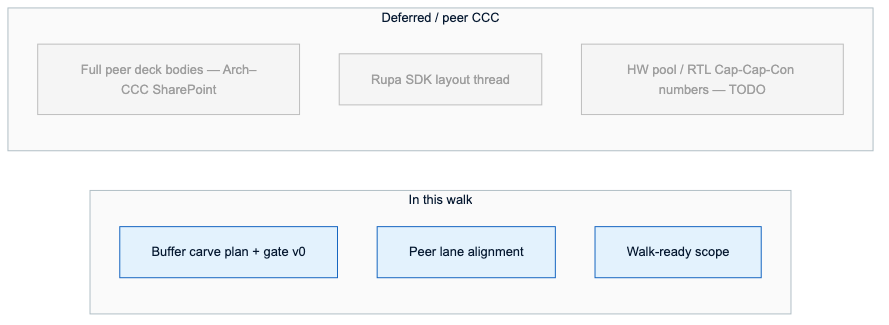
Above: assets/diagrams/b6/b6-slide06-boundaries.png in upscale-ai-network/agent-template (Mermaid), before the change. Its source is kept beside it as assets/diagrams/b6/b6-slide06-boundaries.mmd.
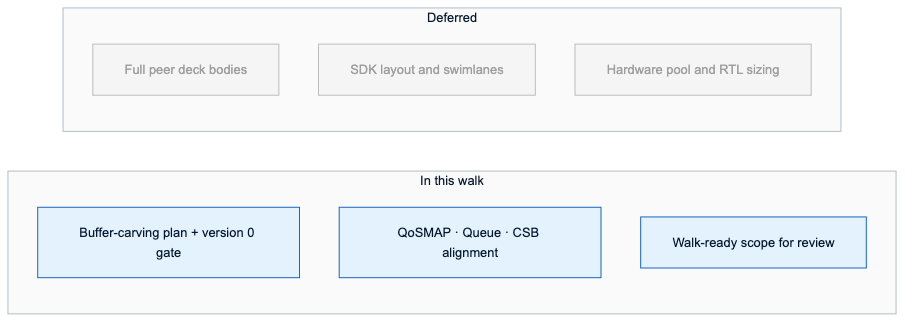
Above is the later version.

Diff of the diagram source:
```diff
@@ -1,14 +1,14 @@
 %%{init: {'theme': 'base', 'themeVariables': { 'fontSize': '13px'}}}%%
 flowchart LR
   subgraph IN["In this walk"]
-    I1["Buffer carve plan + gate v0"]
-    I2["Peer lane alignment"]
-    I3["Walk-ready scope"]
+    I1["Buffer-carving plan + version 0 gate"]
+    I2["QoSMAP · Queue · CSB alignment"]
+    I3["Walk-ready scope for review"]
   end
-  subgraph OUT["Deferred / peer CCC"]
-    O1["Full peer deck bodies — Arch–CCC SharePoint"]
-    O2["Rupa SDK layout thread"]
-    O3["HW pool / RTL Cap-Cap-Con numbers — TODO"]
+  subgraph OUT["Deferred"]
+    O1["Full peer deck bodies"]
+    O2["SDK layout and swimlanes"]
+    O3["Hardware pool and RTL sizing"]
   end
 
   classDef program fill:#E3F2FD,stroke:#1565C0,color:#051830
```
